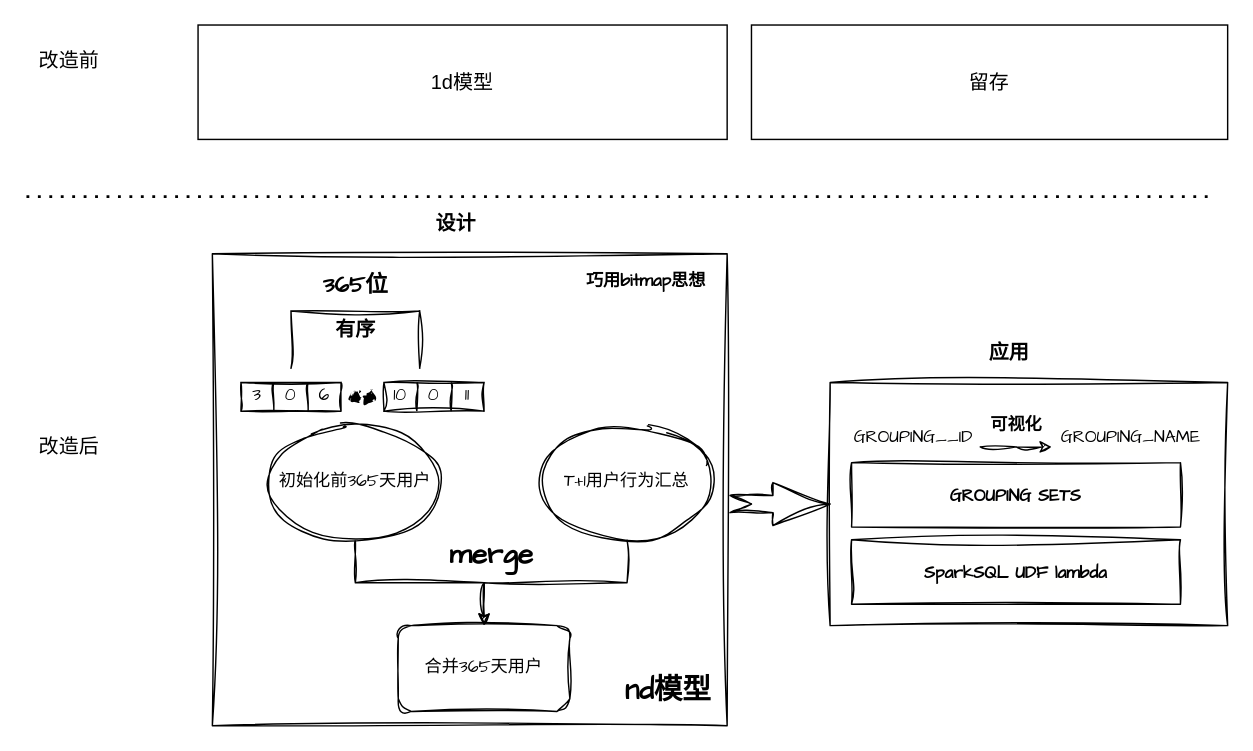
mineminemine123/work-wiki keeps this draw.io diagram as nd模型原理图.drawio. Above is the earlier version. Source tidied: cells renumbered, new cells numbered last; positions are measured from the earlier drawing's top-left corner, leaving out a move shared by most shapes. Both pictures are drawn from the tidied source at 143%, with x=0, y=0 at pixel (26, 24).
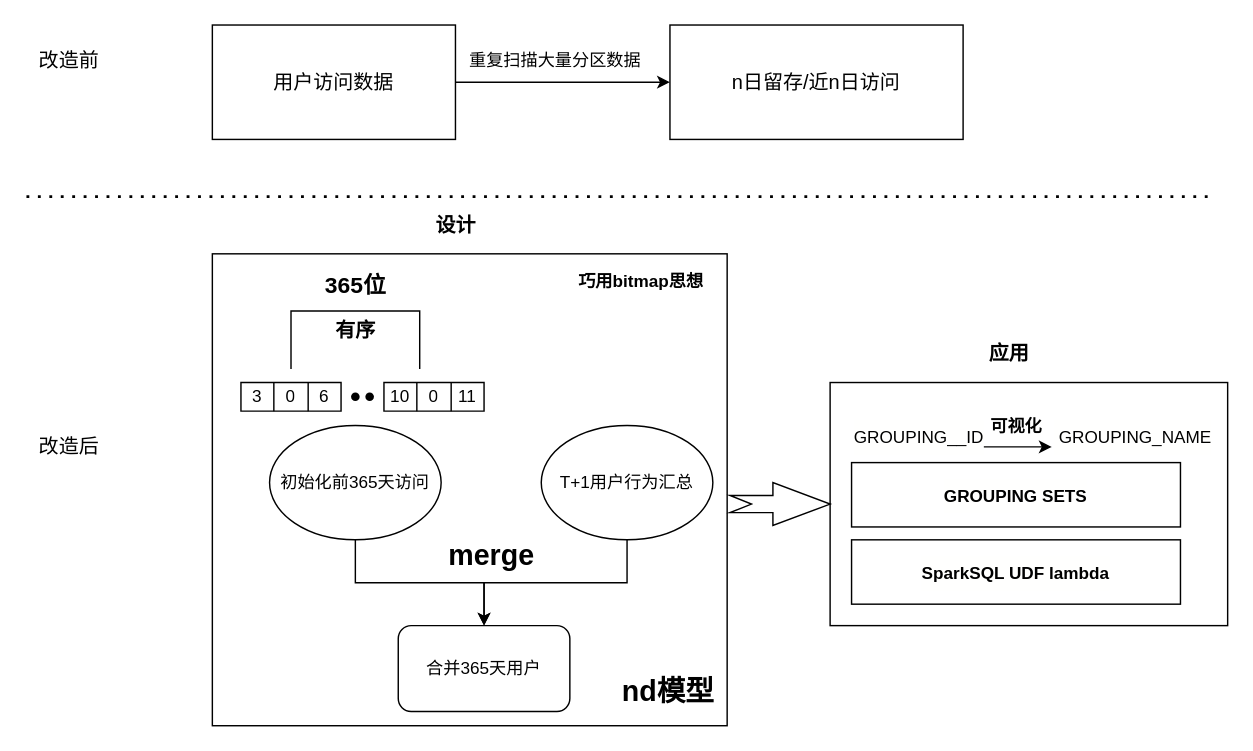
After the change.

Commit message:
更新nd模型原理图.drawio

What changed in the source:
```diff
@@
-    <mxCell id="2" style="rounded=0;whiteSpace=wrap;html=1;fontSize=14;fontColor=#000000;fontFamily=Comic Sans MS;sketch=1;curveFitting=1;jiggle=2;" parent="1" vertex="1">
+    <mxCell id="2" style="rounded=0;whiteSpace=wrap;html=1;fontSize=14;fontColor=#000000;fontFamily=微软雅黑;" parent="1" vertex="1">
       <mxGeometry x="562" y="250" width="278" height="170" as="geometry" />
     </mxCell>
-    <mxCell id="3" style="rounded=0;whiteSpace=wrap;html=1;fontFamily=Comic Sans MS;sketch=1;curveFitting=1;jiggle=2;" parent="1" vertex="1">
+    <mxCell id="3" style="rounded=0;whiteSpace=wrap;html=1;fontFamily=微软雅黑;" parent="1" vertex="1">
       <mxGeometry x="130" y="160" width="360" height="330" as="geometry" />
     </mxCell>
-    <mxCell id="4" style="edgeStyle=orthogonalEdgeStyle;rounded=0;jettySize=auto;html=1;exitX=0.5;exitY=1;exitDx=0;exitDy=0;fontFamily=Comic Sans MS;sketch=1;curveFitting=1;jiggle=2;" parent="1" edge="1" source="5" target="23">
+    <mxCell id="4" style="edgeStyle=orthogonalEdgeStyle;rounded=0;jettySize=auto;html=1;exitX=0.5;exitY=1;exitDx=0;exitDy=0;fontFamily=微软雅黑;" parent="1" edge="1" source="5" target="23">
       <mxGeometry relative="1" as="geometry" />
     </mxCell>
-    <mxCell id="5" value="初始化前365天用户" style="ellipse;whiteSpace=wrap;html=1;fontFamily=Comic Sans MS;sketch=1;curveFitting=1;jiggle=2;" parent="1" vertex="1">
+    <mxCell id="5" value="初始化前365天访问" style="ellipse;whiteSpace=wrap;html=1;fontFamily=微软雅黑;" parent="1" vertex="1">
       <mxGeometry x="170" y="280" width="120" height="80" as="geometry" />
     </mxCell>
-    <mxCell id="6" style="edgeStyle=orthogonalEdgeStyle;rounded=0;jettySize=auto;html=1;exitX=0.5;exitY=1;exitDx=0;exitDy=0;entryX=0.5;entryY=0;entryDx=0;entryDy=0;fontFamily=Comic Sans MS;sketch=1;curveFitting=1;jiggle=2;" parent="1" edge="1" source="7" target="23">
+    <mxCell id="6" style="edgeStyle=orthogonalEdgeStyle;rounded=0;jettySize=auto;html=1;exitX=0.5;exitY=1;exitDx=0;exitDy=0;entryX=0.5;entryY=0;entryDx=0;entryDy=0;fontFamily=微软雅黑;" parent="1" edge="1" source="7" target="23">
       <mxGeometry relative="1" as="geometry" />
     </mxCell>
-    <mxCell id="7" value="T+1用户行为汇总" style="ellipse;whiteSpace=wrap;html=1;fontFamily=Comic Sans MS;sketch=1;curveFitting=1;jiggle=2;" parent="1" vertex="1">
+    <mxCell id="7" value="T+1用户行为汇总" style="ellipse;whiteSpace=wrap;html=1;fontFamily=微软雅黑;" parent="1" vertex="1">
       <mxGeometry x="360" y="280" width="120" height="80" as="geometry" />
     </mxCell>
-    <mxCell id="8" style="shape=table;html=1;whiteSpace=wrap;startSize=0;childLayout=tableLayout;fontFamily=Comic Sans MS;sketch=1;curveFitting=1;jiggle=2;" parent="1" vertex="1">
+    <mxCell id="8" style="shape=table;html=1;whiteSpace=wrap;startSize=0;childLayout=tableLayout;fontFamily=微软雅黑;" parent="1" vertex="1">
       <mxGeometry x="150" y="250" width="70" height="20" as="geometry" />
     </mxCell>
-    <mxCell id="9" style="shape=tableRow;horizontal=0;startSize=0;swimlaneHead=0;swimlaneBody=0;top=0;left=0;bottom=0;right=0;fillColor=none;fontFamily=Comic Sans MS;sketch=1;curveFitting=1;jiggle=2;" parent="8" vertex="1">
+    <mxCell id="9" style="shape=tableRow;horizontal=0;startSize=0;swimlaneHead=0;swimlaneBody=0;top=0;left=0;bottom=0;right=0;fillColor=none;fontFamily=微软雅黑;" parent="8" vertex="1">
       <mxGeometry width="70" height="20" as="geometry" />
     </mxCell>
-    <mxCell id="10" value="3" style="shape=partialRectangle;html=1;whiteSpace=wrap;fillColor=none;top=0;left=0;bottom=0;right=0;overflow=hidden;fontFamily=Comic Sans MS;sketch=1;curveFitting=1;jiggle=2;" parent="9" vertex="1">
+    <mxCell id="10" value="3" style="shape=partialRectangle;html=1;whiteSpace=wrap;fillColor=none;top=0;left=0;bottom=0;right=0;overflow=hidden;fontFamily=微软雅黑;" parent="9" vertex="1">
       <mxGeometry width="23" height="20" as="geometry" />
     </mxCell>
-    <mxCell id="11" value="0" style="shape=partialRectangle;html=1;whiteSpace=wrap;fillColor=none;top=0;left=0;bottom=0;right=0;overflow=hidden;fontFamily=Comic Sans MS;sketch=1;curveFitting=1;jiggle=2;" parent="9" vertex="1">
+    <mxCell id="11" value="0" style="shape=partialRectangle;html=1;whiteSpace=wrap;fillColor=none;top=0;left=0;bottom=0;right=0;overflow=hidden;fontFamily=微软雅黑;" parent="9" vertex="1">
       <mxGeometry x="23" width="24" height="20" as="geometry" />
     </mxCell>
-    <mxCell id="12" value="6" style="shape=partialRectangle;html=1;whiteSpace=wrap;fillColor=none;top=0;left=0;bottom=0;right=0;overflow=hidden;fontFamily=Comic Sans MS;sketch=1;curveFitting=1;jiggle=2;" parent="9" vertex="1">
+    <mxCell id="12" value="6" style="shape=partialRectangle;html=1;whiteSpace=wrap;fillColor=none;top=0;left=0;bottom=0;right=0;overflow=hidden;fontFamily=微软雅黑;" parent="9" vertex="1">
       <mxGeometry x="47" width="23" height="20" as="geometry" />
     </mxCell>
-    <mxCell id="13" style="shape=table;html=1;whiteSpace=wrap;startSize=0;childLayout=tableLayout;fontFamily=Comic Sans MS;sketch=1;curveFitting=1;jiggle=2;" parent="1" vertex="1">
+    <mxCell id="13" style="shape=table;html=1;whiteSpace=wrap;startSize=0;childLayout=tableLayout;fontFamily=微软雅黑;" parent="1" vertex="1">
       <mxGeometry x="250" y="250" width="70" height="20" as="geometry" />
     </mxCell>
-    <mxCell id="14" style="shape=tableRow;horizontal=0;startSize=0;swimlaneHead=0;swimlaneBody=0;top=0;left=0;bottom=0;right=0;fillColor=none;fontFamily=Comic Sans MS;sketch=1;curveFitting=1;jiggle=2;" parent="13" vertex="1">
+    <mxCell id="14" style="shape=tableRow;horizontal=0;startSize=0;swimlaneHead=0;swimlaneBody=0;top=0;left=0;bottom=0;right=0;fillColor=none;fontFamily=微软雅黑;" parent="13" vertex="1">
       <mxGeometry width="70" height="20" as="geometry" />
     </mxCell>
-    <mxCell id="15" value="10" style="shape=partialRectangle;html=1;whiteSpace=wrap;fillColor=none;top=0;left=0;bottom=0;right=0;overflow=hidden;fontFamily=Comic Sans MS;sketch=1;curveFitting=1;jiggle=2;" parent="14" vertex="1">
+    <mxCell id="15" value="10" style="shape=partialRectangle;html=1;whiteSpace=wrap;fillColor=none;top=0;left=0;bottom=0;right=0;overflow=hidden;fontFamily=微软雅黑;" parent="14" vertex="1">
       <mxGeometry width="23" height="20" as="geometry" />
     </mxCell>
-    <mxCell id="16" value="0" style="shape=partialRectangle;html=1;whiteSpace=wrap;fillColor=none;top=0;left=0;bottom=0;right=0;overflow=hidden;fontFamily=Comic Sans MS;sketch=1;curveFitting=1;jiggle=2;" parent="14" vertex="1">
+    <mxCell id="16" value="0" style="shape=partialRectangle;html=1;whiteSpace=wrap;fillColor=none;top=0;left=0;bottom=0;right=0;overflow=hidden;fontFamily=微软雅黑;" parent="14" vertex="1">
       <mxGeometry x="23" width="24" height="20" as="geometry" />
     </mxCell>
-    <mxCell id="17" value="11" style="shape=partialRectangle;html=1;whiteSpace=wrap;fillColor=none;top=0;left=0;bottom=0;right=0;overflow=hidden;fontFamily=Comic Sans MS;sketch=1;curveFitting=1;jiggle=2;" parent="14" vertex="1">
+    <mxCell id="17" value="11" style="shape=partialRectangle;html=1;whiteSpace=wrap;fillColor=none;top=0;left=0;bottom=0;right=0;overflow=hidden;fontFamily=微软雅黑;" parent="14" vertex="1">
       <mxGeometry x="47" width="23" height="20" as="geometry" />
     </mxCell>
-    <mxCell id="18" value="&lt;font style=&quot;font-size: 16px;&quot;&gt;365位&lt;/font&gt;" style="text;strokeColor=none;fillColor=none;html=1;fontSize=20;fontStyle=1;verticalAlign=middle;align=center;fontFamily=Comic Sans MS;sketch=1;curveFitting=1;jiggle=2;" parent="1" vertex="1">
+    <mxCell id="18" value="&lt;font style=&quot;font-size: 16px;&quot;&gt;365位&lt;/font&gt;" style="text;strokeColor=none;fillColor=none;html=1;fontSize=20;fontStyle=1;verticalAlign=middle;align=center;fontFamily=微软雅黑;" parent="1" vertex="1">
       <mxGeometry x="180" y="160" width="100" height="40" as="geometry" />
     </mxCell>
-    <mxCell id="19" style="shape=waypoint;fillStyle=solid;size=6;fillColor=none;perimeter=centerPerimeter;fontFamily=Comic Sans MS;sketch=1;curveFitting=1;jiggle=2;" parent="1" vertex="1">
+    <mxCell id="19" style="shape=waypoint;fillStyle=solid;size=6;fillColor=none;perimeter=centerPerimeter;fontFamily=微软雅黑;" parent="1" vertex="1">
       <mxGeometry x="210" y="240" width="40" height="40" as="geometry" />
     </mxCell>
-    <mxCell id="20" style="shape=waypoint;fillStyle=solid;size=6;fillColor=none;perimeter=centerPerimeter;fontFamily=Comic Sans MS;sketch=1;curveFitting=1;jiggle=2;" parent="1" vertex="1">
+    <mxCell id="20" style="shape=waypoint;fillStyle=solid;size=6;fillColor=none;perimeter=centerPerimeter;fontFamily=微软雅黑;" parent="1" vertex="1">
       <mxGeometry x="220" y="240" width="40" height="40" as="geometry" />
     </mxCell>
-    <mxCell id="21" style="shape=waypoint;fillStyle=solid;size=6;fillColor=none;perimeter=centerPerimeter;strokeWidth=0;dashed=1;fontFamily=Comic Sans MS;sketch=1;curveFitting=1;jiggle=2;" parent="1" vertex="1">
+    <mxCell id="21" style="shape=waypoint;fillStyle=solid;size=6;fillColor=none;perimeter=centerPerimeter;strokeWidth=0;dashed=1;fontFamily=微软雅黑;" parent="1" vertex="1">
       <mxGeometry x="210" y="240" width="40" height="40" as="geometry" />
     </mxCell>
-    <mxCell id="22" value="merge" style="text;strokeColor=none;fillColor=none;html=1;fontSize=20;fontStyle=1;verticalAlign=middle;align=center;fontFamily=Comic Sans MS;sketch=1;curveFitting=1;jiggle=2;" parent="1" vertex="1">
+    <mxCell id="22" value="merge" style="text;strokeColor=none;fillColor=none;html=1;fontSize=20;fontStyle=1;verticalAlign=middle;align=center;fontFamily=微软雅黑;" parent="1" vertex="1">
       <mxGeometry x="275" y="350" width="100" height="40" as="geometry" />
     </mxCell>
-    <mxCell id="23" value="&lt;span&gt;合并365天用户&lt;/span&gt;" style="rounded=1;whiteSpace=wrap;html=1;fontFamily=Comic Sans MS;sketch=1;curveFitting=1;jiggle=2;" parent="1" vertex="1">
+    <mxCell id="23" value="&lt;span&gt;合并365天用户&lt;/span&gt;" style="rounded=1;whiteSpace=wrap;html=1;fontFamily=微软雅黑;" parent="1" vertex="1">
       <mxGeometry x="260" y="420" width="120" height="60" as="geometry" />
     </mxCell>
-    <mxCell id="24" value="巧用bitmap思想" style="text;html=1;strokeColor=none;fillColor=none;align=center;verticalAlign=middle;whiteSpace=wrap;rounded=0;fontStyle=1;fontFamily=Comic Sans MS;sketch=1;curveFitting=1;jiggle=2;" parent="1" vertex="1">
-      <mxGeometry x="387" y="165" width="93" height="30" as="geometry" />
+    <mxCell id="24" value="巧用bitmap思想" style="text;html=1;strokeColor=none;fillColor=none;align=center;verticalAlign=middle;whiteSpace=wrap;rounded=0;fontStyle=1;fontFamily=微软雅黑;" parent="1" vertex="1">
+      <mxGeometry x="375" y="165" width="110" height="30" as="geometry" />
     </mxCell>
-    <mxCell id="25" value="&lt;b&gt;&lt;font&gt;nd模型&lt;/font&gt;&lt;/b&gt;" style="text;html=1;strokeColor=none;fillColor=none;align=center;verticalAlign=middle;whiteSpace=wrap;rounded=0;fontSize=20;fontFamily=Comic Sans MS;sketch=1;curveFitting=1;jiggle=2;" parent="1" vertex="1">
+    <mxCell id="25" value="&lt;b&gt;&lt;font&gt;nd模型&lt;/font&gt;&lt;/b&gt;" style="text;html=1;strokeColor=none;fillColor=none;align=center;verticalAlign=middle;whiteSpace=wrap;rounded=0;fontSize=20;fontFamily=微软雅黑;" parent="1" vertex="1">
       <mxGeometry x="414" y="450" width="70" height="30" as="geometry" />
     </mxCell>
-    <mxCell id="26" style="shape=partialRectangle;whiteSpace=wrap;html=1;bottom=1;right=1;left=1;top=0;fillColor=none;routingCenterX=-0.5;rotation=-180;fontFamily=Comic Sans MS;sketch=1;curveFitting=1;jiggle=2;" parent="1" vertex="1">
+    <mxCell id="26" style="shape=partialRectangle;whiteSpace=wrap;html=1;bottom=1;right=1;left=1;top=0;fillColor=none;routingCenterX=-0.5;rotation=-180;fontFamily=微软雅黑;" parent="1" vertex="1">
       <mxGeometry x="185" y="200" width="90" height="40" as="geometry" />
     </mxCell>
-    <mxCell id="27" value="&lt;font style=&quot;font-size: 14px;&quot;&gt;有序&lt;/font&gt;" style="text;strokeColor=none;fillColor=none;html=1;fontSize=20;fontStyle=1;verticalAlign=middle;align=center;fontFamily=Comic Sans MS;sketch=1;curveFitting=1;jiggle=2;" parent="1" vertex="1">
+    <mxCell id="27" value="&lt;font style=&quot;font-size: 14px;&quot;&gt;有序&lt;/font&gt;" style="text;strokeColor=none;fillColor=none;html=1;fontSize=20;fontStyle=1;verticalAlign=middle;align=center;fontFamily=微软雅黑;" parent="1" vertex="1">
       <mxGeometry x="180" y="186" width="100" height="50" as="geometry" />
     </mxCell>
-    <mxCell id="28" value="&lt;div style=&quot;background-color: rgb(255, 255, 254); line-height: 24px;&quot;&gt;&lt;b&gt;GROUPING&amp;nbsp;SETS&lt;/b&gt;&lt;/div&gt;" style="rounded=0;whiteSpace=wrap;html=1;fontFamily=Comic Sans MS;sketch=1;curveFitting=1;jiggle=2;" parent="1" vertex="1">
+    <mxCell id="28" value="&lt;div style=&quot;background-color: rgb(255, 255, 254); line-height: 24px;&quot;&gt;&lt;b&gt;GROUPING&amp;nbsp;SETS&lt;/b&gt;&lt;/div&gt;" style="rounded=0;whiteSpace=wrap;html=1;fontFamily=微软雅黑;" parent="1" vertex="1">
       <mxGeometry x="577" y="306" width="230" height="45" as="geometry" />
     </mxCell>
-    <mxCell id="29" style="edgeStyle=orthogonalEdgeStyle;rounded=0;jettySize=auto;html=1;fontSize=14;fontColor=#000000;fontFamily=Comic Sans MS;sketch=1;curveFitting=1;jiggle=2;" parent="1" edge="1" source="30">
+    <mxCell id="29" style="edgeStyle=orthogonalEdgeStyle;rounded=0;jettySize=auto;html=1;fontSize=14;fontColor=#000000;fontFamily=微软雅黑;" parent="1" edge="1" source="30">
       <mxGeometry relative="1" as="geometry">
         <mxPoint x="717" y="295" as="targetPoint" />
       </mxGeometry>
     </mxCell>
-    <mxCell id="30" value="&lt;div style=&quot;color: rgb(0, 0, 0); background-color: rgb(255, 255, 254); font-weight: normal; font-size: 12px; line-height: 24px;&quot;&gt;&lt;div&gt;&lt;span style=&quot;color: #000000;&quot;&gt;GROUPING__ID&lt;/span&gt;&lt;/div&gt;&lt;/div&gt;" style="text;whiteSpace=wrap;html=1;fontSize=14;fontColor=#000000;fontFamily=Comic Sans MS;sketch=1;curveFitting=1;jiggle=2;" parent="1" vertex="1">
+    <mxCell id="30" value="&lt;div style=&quot;color: rgb(0, 0, 0); background-color: rgb(255, 255, 254); font-weight: normal; font-size: 12px; line-height: 24px;&quot;&gt;&lt;div&gt;&lt;span style=&quot;color: #000000;&quot;&gt;GROUPING__ID&lt;/span&gt;&lt;/div&gt;&lt;/div&gt;" style="text;whiteSpace=wrap;html=1;fontSize=14;fontColor=#000000;fontFamily=微软雅黑;" parent="1" vertex="1">
       <mxGeometry x="577" y="270" width="90" height="50" as="geometry" />
     </mxCell>
-    <mxCell id="31" value="&lt;div style=&quot;color: rgb(0, 0, 0); background-color: rgb(255, 255, 254); font-weight: normal; font-size: 12px; line-height: 24px;&quot;&gt;&lt;div&gt;&lt;span style=&quot;color: #000000;&quot;&gt;&amp;nbsp;&lt;/span&gt;GROUPING_NAME&lt;/div&gt;&lt;/div&gt;" style="text;whiteSpace=wrap;html=1;fontSize=14;fontColor=#000000;fontFamily=Comic Sans MS;sketch=1;curveFitting=1;jiggle=2;" parent="1" vertex="1">
+    <mxCell id="31" value="&lt;div style=&quot;color: rgb(0, 0, 0); background-color: rgb(255, 255, 254); font-weight: normal; font-size: 12px; line-height: 24px;&quot;&gt;&lt;div&gt;&lt;span style=&quot;color: #000000;&quot;&gt;&amp;nbsp;&lt;/span&gt;GROUPING_NAME&lt;/div&gt;&lt;/div&gt;" style="text;whiteSpace=wrap;html=1;fontSize=14;fontColor=#000000;fontFamily=微软雅黑;" parent="1" vertex="1">
       <mxGeometry x="717" y="270" width="110" height="50" as="geometry" />
     </mxCell>
-    <mxCell id="32" value="&lt;font style=&quot;font-size: 12px;&quot;&gt;可视化&lt;/font&gt;" style="text;strokeColor=none;fillColor=none;html=1;fontSize=14;fontStyle=1;verticalAlign=middle;align=center;fontColor=#000000;fontFamily=Comic Sans MS;sketch=1;curveFitting=1;jiggle=2;" parent="1" vertex="1">
+    <mxCell id="32" value="&lt;font style=&quot;font-size: 12px;&quot;&gt;可视化&lt;/font&gt;" style="text;strokeColor=none;fillColor=none;html=1;fontSize=14;fontStyle=1;verticalAlign=middle;align=center;fontColor=#000000;fontFamily=微软雅黑;" parent="1" vertex="1">
       <mxGeometry x="642" y="260" width="100" height="40" as="geometry" />
     </mxCell>
-    <mxCell id="33" value="设计" style="text;strokeColor=none;fillColor=none;html=1;fontSize=14;fontStyle=1;verticalAlign=middle;align=center;fontColor=#000000;fontFamily=Comic Sans MS;sketch=1;curveFitting=1;jiggle=2;" parent="1" vertex="1">
+    <mxCell id="33" value="设计" style="text;strokeColor=none;fillColor=none;html=1;fontSize=14;fontStyle=1;verticalAlign=middle;align=center;fontColor=#000000;fontFamily=微软雅黑;sketch=1;curveFitting=1;jiggle=2;" parent="1" vertex="1">
       <mxGeometry x="250" y="120" width="100" height="40" as="geometry" />
     </mxCell>
-    <mxCell id="34" value="应用" style="text;strokeColor=none;fillColor=none;html=1;fontSize=14;fontStyle=1;verticalAlign=middle;align=center;fontColor=#000000;fontFamily=Comic Sans MS;sketch=1;curveFitting=1;jiggle=2;" parent="1" vertex="1">
+    <mxCell id="34" value="应用" style="text;strokeColor=none;fillColor=none;html=1;fontSize=14;fontStyle=1;verticalAlign=middle;align=center;fontColor=#000000;fontFamily=微软雅黑;" parent="1" vertex="1">
       <mxGeometry x="637" y="210" width="100" height="40" as="geometry" />
     </mxCell>
-    <mxCell id="35" style="html=1;shadow=0;dashed=0;align=center;verticalAlign=middle;shape=mxgraph.arrows2.arrow;dy=0.6;dx=40;notch=15;fontSize=14;fontColor=#000000;fontFamily=Comic Sans MS;sketch=1;curveFitting=1;jiggle=2;" parent="1" vertex="1">
+    <mxCell id="35" style="html=1;shadow=0;dashed=0;align=center;verticalAlign=middle;shape=mxgraph.arrows2.arrow;dy=0.6;dx=40;notch=15;fontSize=14;fontColor=#000000;fontFamily=微软雅黑;" parent="1" vertex="1">
       <mxGeometry x="492" y="320" width="70" height="30" as="geometry" />
     </mxCell>
-    <mxCell id="36" value="&lt;div style=&quot;background-color: rgb(255, 255, 254); line-height: 24px;&quot;&gt;&lt;b style=&quot;border-color: var(--border-color); text-align: left;&quot;&gt;SparkSQL UDF lambda&lt;/b&gt;&lt;br&gt;&lt;/div&gt;" style="rounded=0;whiteSpace=wrap;html=1;fontFamily=Comic Sans MS;sketch=1;curveFitting=1;jiggle=2;" parent="1" vertex="1">
+    <mxCell id="36" value="&lt;div style=&quot;background-color: rgb(255, 255, 254); line-height: 24px;&quot;&gt;&lt;b style=&quot;border-color: var(--border-color); text-align: left;&quot;&gt;SparkSQL UDF lambda&lt;/b&gt;&lt;br&gt;&lt;/div&gt;" style="rounded=0;whiteSpace=wrap;html=1;fontFamily=微软雅黑;" parent="1" vertex="1">
       <mxGeometry x="577" y="360" width="230" height="45" as="geometry" />
     </mxCell>
-    <mxCell id="37" style="endArrow=none;dashed=1;html=1;dashPattern=1 3;strokeWidth=2;rounded=0;" parent="1" edge="1">
+    <mxCell id="37" style="endArrow=none;dashed=1;html=1;dashPattern=1 3;strokeWidth=2;rounded=0;fontFamily=微软雅黑;" parent="1" edge="1">
       <mxGeometry relative="1" as="geometry">
         <mxPoint y="120" as="sourcePoint" />
         <mxPoint x="830" y="120" as="targetPoint" />
       </mxGeometry>
     </mxCell>
-    <mxCell id="38" value="&lt;font style=&quot;font-size: 14px;&quot;&gt;改造后&lt;/font&gt;" style="text;html=1;strokeColor=none;fillColor=none;align=center;verticalAlign=middle;whiteSpace=wrap;rounded=0;" parent="1" vertex="1">
+    <mxCell id="38" value="&lt;font style=&quot;font-size: 14px;&quot;&gt;改造后&lt;/font&gt;" style="text;html=1;strokeColor=none;fillColor=none;align=center;verticalAlign=middle;whiteSpace=wrap;rounded=0;fontFamily=微软雅黑;" parent="1" vertex="1">
       <mxGeometry y="280" width="60" height="30" as="geometry" />
     </mxCell>
-    <mxCell id="39" value="&lt;font style=&quot;font-size: 14px;&quot;&gt;改造前&lt;/font&gt;" style="text;html=1;strokeColor=none;fillColor=none;align=center;verticalAlign=middle;whiteSpace=wrap;rounded=0;" parent="1" vertex="1">
+    <mxCell id="39" value="&lt;font style=&quot;font-size: 14px;&quot;&gt;改造前&lt;/font&gt;" style="text;html=1;strokeColor=none;fillColor=none;align=center;verticalAlign=middle;whiteSpace=wrap;rounded=0;fontFamily=微软雅黑;" parent="1" vertex="1">
       <mxGeometry y="10" width="60" height="30" as="geometry" />
     </mxCell>
+    <mxCell id="42" style="edgeStyle=orthogonalEdgeStyle;rounded=0;sketch=0;jettySize=auto;html=1;exitX=1;exitY=0.5;exitDx=0;exitDy=0;strokeColor=#000000;strokeWidth=1;fontFamily=微软雅黑;" parent="1" edge="1" source="40" target="41">
+      <mxGeometry relative="1" as="geometry" />
+    </mxCell>
-    <mxCell id="40" value="1d模型" style="rounded=0;whiteSpace=wrap;html=1;fontSize=14;" parent="1" vertex="1">
-      <mxGeometry x="120" width="370" height="80" as="geometry" />
+    <mxCell id="40" value="用户访问数据" style="rounded=0;whiteSpace=wrap;html=1;fontSize=14;fontFamily=微软雅黑;" parent="1" vertex="1">
+      <mxGeometry x="130" width="170" height="80" as="geometry" />
     </mxCell>
-    <mxCell id="41" value="留存" style="rounded=0;whiteSpace=wrap;html=1;fontSize=14;" parent="1" vertex="1">
-      <mxGeometry x="507" width="333" height="80" as="geometry" />
+    <mxCell id="41" value="n日留存/近n日访问" style="rounded=0;whiteSpace=wrap;html=1;fontSize=14;fontFamily=微软雅黑;" parent="1" vertex="1">
+      <mxGeometry x="450" width="205" height="80" as="geometry" />
     </mxCell>
+    <mxCell id="43" value="重复扫描大量分区数据" style="text;html=1;strokeColor=none;fillColor=none;align=center;verticalAlign=middle;whiteSpace=wrap;rounded=0;fontFamily=微软雅黑;" parent="1" vertex="1">
+      <mxGeometry x="300" y="10" width="140" height="30" as="geometry" />
+    </mxCell>
```
